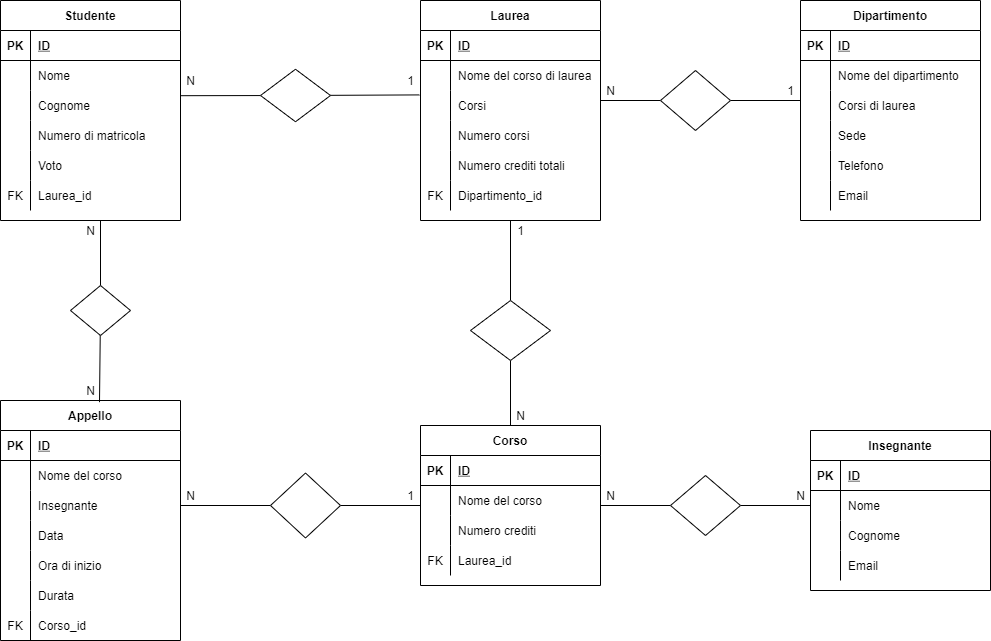
This is Università.png from FrancescaPompi/db-university, a draw.io export, as it was before one commit. Source tidied: cells renumbered, new cells last; positions are measured from the earlier drawing's top-left corner, leaving out a move shared by most shapes.
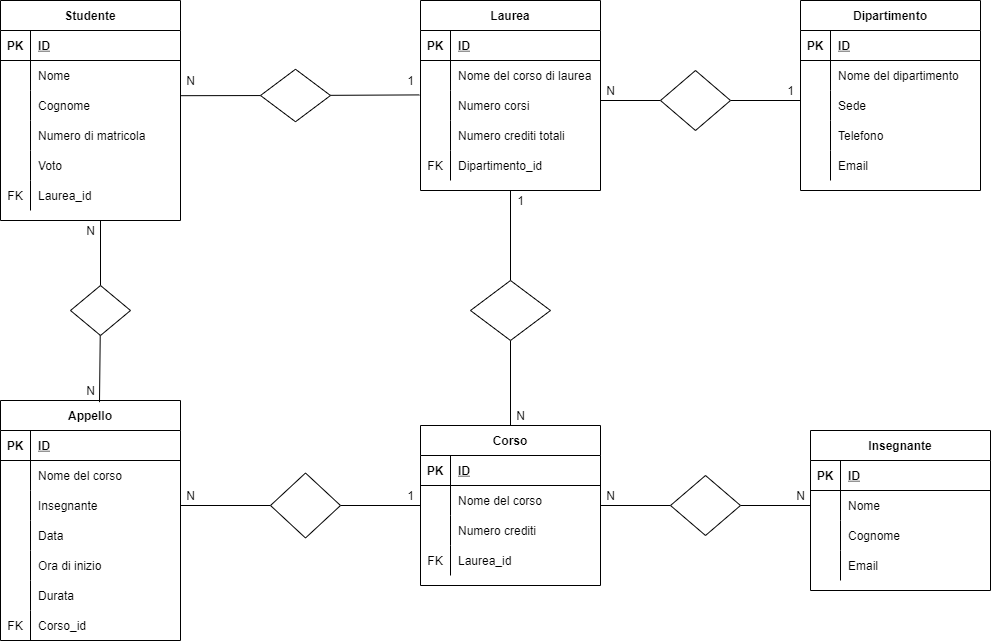
After the commit.

Commit message:
Modifica Laurea e Dipartimento

What changed in the source:
```diff
@@ -3,7 +3,7 @@
     <mxCell id="0" />
     <mxCell id="1" parent="0" />
     <mxCell id="2" value="Dipartimento" style="shape=table;startSize=30;rowLines=0;fontStyle=1;align=center;" parent="1" vertex="1">
-      <mxGeometry x="800" width="180" height="220" as="geometry" />
+      <mxGeometry x="800" width="180" height="190" as="geometry" />
     </mxCell>
     <mxCell id="3" style="shape=partialRectangle;fillColor=none;top=0;left=0;bottom=1;right=0;" parent="2" vertex="1">
       <mxGeometry y="30" width="180" height="30" as="geometry" />
@@ -23,17 +23,8 @@
     <mxCell id="8" value="Nome del dipartimento" style="shape=partialRectangle;fillColor=none;top=0;left=0;bottom=0;right=0;align=left;spacingLeft=6;overflow=hidden;" parent="6" vertex="1">
       <mxGeometry x="30" width="150" height="30" as="geometry" />
     </mxCell>
-    <mxCell id="9" style="shape=partialRectangle;fillColor=none;top=0;left=0;bottom=0;right=0;" parent="2" vertex="1">
-      <mxGeometry y="90" width="180" height="30" as="geometry" />
-    </mxCell>
-    <mxCell id="10" style="shape=partialRectangle;fillColor=none;top=0;left=0;bottom=0;right=0;overflow=hidden;" parent="9" vertex="1">
-      <mxGeometry width="30" height="30" as="geometry" />
-    </mxCell>
-    <mxCell id="11" value="Corsi di laurea" style="shape=partialRectangle;fillColor=none;top=0;left=0;bottom=0;right=0;align=left;spacingLeft=6;overflow=hidden;" parent="9" vertex="1">
-      <mxGeometry x="30" width="150" height="30" as="geometry" />
-    </mxCell>
     <mxCell id="12" style="shape=partialRectangle;fillColor=none;top=0;left=0;bottom=0;right=0;" parent="2" vertex="1">
-      <mxGeometry y="120" width="180" height="30" as="geometry" />
+      <mxGeometry y="90" width="180" height="30" as="geometry" />
     </mxCell>
     <mxCell id="13" style="shape=partialRectangle;fillColor=none;top=0;left=0;bottom=0;right=0;overflow=hidden;" parent="12" vertex="1">
       <mxGeometry width="30" height="30" as="geometry" />
@@ -42,7 +33,7 @@
       <mxGeometry x="30" width="150" height="30" as="geometry" />
     </mxCell>
     <mxCell id="15" style="shape=partialRectangle;fillColor=none;top=0;left=0;bottom=0;right=0;" parent="2" vertex="1">
-      <mxGeometry y="150" width="180" height="30" as="geometry" />
+      <mxGeometry y="120" width="180" height="30" as="geometry" />
     </mxCell>
     <mxCell id="16" style="shape=partialRectangle;fillColor=none;top=0;left=0;bottom=0;right=0;overflow=hidden;" parent="15" vertex="1">
       <mxGeometry width="30" height="30" as="geometry" />
@@ -51,7 +42,7 @@
       <mxGeometry x="30" width="150" height="30" as="geometry" />
     </mxCell>
     <mxCell id="18" style="shape=partialRectangle;fillColor=none;top=0;left=0;bottom=0;right=0;" parent="2" vertex="1">
-      <mxGeometry y="180" width="180" height="30" as="geometry" />
+      <mxGeometry y="150" width="180" height="30" as="geometry" />
     </mxCell>
     <mxCell id="19" style="shape=partialRectangle;fillColor=none;top=0;left=0;bottom=0;right=0;overflow=hidden;" parent="18" vertex="1">
       <mxGeometry width="30" height="30" as="geometry" />
@@ -60,7 +51,7 @@
       <mxGeometry x="30" width="150" height="30" as="geometry" />
     </mxCell>
     <mxCell id="21" value="Laurea" style="shape=table;startSize=30;rowLines=0;fontStyle=1;align=center;" parent="1" vertex="1">
-      <mxGeometry x="420" width="180" height="220" as="geometry" />
+      <mxGeometry x="420" width="180" height="190" as="geometry" />
     </mxCell>
     <mxCell id="22" style="shape=partialRectangle;fillColor=none;top=0;left=0;bottom=1;right=0;" parent="21" vertex="1">
       <mxGeometry y="30" width="180" height="30" as="geometry" />
@@ -80,17 +71,8 @@
     <mxCell id="27" value="Nome del corso di laurea" style="shape=partialRectangle;fillColor=none;top=0;left=0;bottom=0;right=0;align=left;spacingLeft=6;overflow=hidden;" parent="25" vertex="1">
       <mxGeometry x="30" width="150" height="30" as="geometry" />
     </mxCell>
-    <mxCell id="28" style="shape=partialRectangle;fillColor=none;top=0;left=0;bottom=0;right=0;points=[[0,0.5],[1,0.5]];portConstraint=eastwest;" parent="21" vertex="1">
-      <mxGeometry y="90" width="180" height="30" as="geometry" />
-    </mxCell>
-    <mxCell id="29" style="shape=partialRectangle;fillColor=none;top=0;left=0;bottom=0;right=0;overflow=hidden;" parent="28" vertex="1">
-      <mxGeometry width="30" height="30" as="geometry" />
-    </mxCell>
-    <mxCell id="30" value="Corsi" style="shape=partialRectangle;fillColor=none;top=0;left=0;bottom=0;right=0;align=left;spacingLeft=6;overflow=hidden;" parent="28" vertex="1">
-      <mxGeometry x="30" width="150" height="30" as="geometry" />
-    </mxCell>
     <mxCell id="31" style="shape=partialRectangle;fillColor=none;top=0;left=0;bottom=0;right=0;" parent="21" vertex="1">
-      <mxGeometry y="120" width="180" height="30" as="geometry" />
+      <mxGeometry y="90" width="180" height="30" as="geometry" />
     </mxCell>
     <mxCell id="32" style="shape=partialRectangle;fillColor=none;top=0;left=0;bottom=0;right=0;overflow=hidden;" parent="31" vertex="1">
       <mxGeometry width="30" height="30" as="geometry" />
@@ -99,7 +81,7 @@
       <mxGeometry x="30" width="150" height="30" as="geometry" />
     </mxCell>
     <mxCell id="34" style="shape=partialRectangle;fillColor=none;top=0;left=0;bottom=0;right=0;" parent="21" vertex="1">
-      <mxGeometry y="150" width="180" height="30" as="geometry" />
+      <mxGeometry y="120" width="180" height="30" as="geometry" />
     </mxCell>
     <mxCell id="35" style="shape=partialRectangle;fillColor=none;top=0;left=0;bottom=0;right=0;overflow=hidden;" parent="34" vertex="1">
       <mxGeometry width="30" height="30" as="geometry" />
@@ -108,7 +90,7 @@
       <mxGeometry x="30" width="150" height="30" as="geometry" />
     </mxCell>
     <mxCell id="37" style="shape=partialRectangle;fillColor=none;top=0;left=0;bottom=0;right=0;" parent="21" vertex="1">
-      <mxGeometry y="180" width="180" height="30" as="geometry" />
+      <mxGeometry y="150" width="180" height="30" as="geometry" />
     </mxCell>
     <mxCell id="38" value="FK" style="shape=partialRectangle;fillColor=none;top=0;left=0;bottom=0;right=0;overflow=hidden;" parent="37" vertex="1">
       <mxGeometry width="30" height="30" as="geometry" />
@@ -174,19 +156,17 @@
     <mxCell id="57" value="Laurea_id" style="shape=partialRectangle;fillColor=none;top=0;left=0;bottom=0;right=0;align=left;spacingLeft=6;overflow=hidden;" parent="55" vertex="1">
       <mxGeometry x="30" width="150" height="30" as="geometry" />
     </mxCell>
-    <mxCell id="58" style="edgeStyle=none;rounded=0;jettySize=auto;html=1;endArrow=none;endFill=0;" parent="1" edge="1" source="60">
-      <mxGeometry relative="1" as="geometry">
-        <mxPoint x="510" y="220" as="targetPoint" />
-      </mxGeometry>
+    <mxCell id="58" style="edgeStyle=none;rounded=0;jettySize=auto;html=1;endArrow=none;endFill=0;entryX=0.5;entryY=1;entryDx=0;entryDy=0;" parent="1" edge="1" source="60" target="21">
+      <mxGeometry relative="1" as="geometry" />
     </mxCell>
     <mxCell id="59" style="edgeStyle=none;rounded=0;jettySize=auto;html=1;endArrow=none;endFill=0;entryX=0.5;entryY=0;entryDx=0;entryDy=0;" parent="1" edge="1" source="60" target="45">
       <mxGeometry relative="1" as="geometry" />
     </mxCell>
     <mxCell id="60" style="shape=rhombus;perimeter=rhombusPerimeter;whiteSpace=wrap;html=1;align=center;" parent="1" vertex="1">
-      <mxGeometry x="470" y="300" width="80" height="60" as="geometry" />
+      <mxGeometry x="470" y="280" width="80" height="60" as="geometry" />
     </mxCell>
     <mxCell id="61" value="1" style="text;html=1;align=center;verticalAlign=middle;strokeColor=none;fillColor=none;" parent="1" vertex="1">
-      <mxGeometry x="510" y="220" width="20" height="20" as="geometry" />
+      <mxGeometry x="510" y="190" width="20" height="20" as="geometry" />
     </mxCell>
     <mxCell id="62" value="N" style="text;html=1;align=center;verticalAlign=middle;strokeColor=none;fillColor=none;" parent="1" vertex="1">
       <mxGeometry x="510" y="405" width="20" height="20" as="geometry" />
@@ -389,8 +369,10 @@
     <mxCell id="126" value="1" style="text;html=1;align=center;verticalAlign=middle;strokeColor=none;fillColor=none;" parent="1" vertex="1">
       <mxGeometry x="400" y="485" width="20" height="20" as="geometry" />
     </mxCell>
-    <mxCell id="127" style="edgeStyle=none;rounded=0;jettySize=auto;html=1;endArrow=none;endFill=0;entryX=-0.006;entryY=0.147;entryDx=0;entryDy=0;entryPerimeter=0;" parent="1" edge="1" source="129" target="28">
-      <mxGeometry relative="1" as="geometry" />
+    <mxCell id="127" style="edgeStyle=none;rounded=0;jettySize=auto;html=1;endArrow=none;endFill=0;entryX=-0.006;entryY=0.147;entryDx=0;entryDy=0;entryPerimeter=0;" parent="1" edge="1" source="129">
+      <mxGeometry relative="1" as="geometry">
+        <mxPoint x="418.9" y="94.4" as="targetPoint" />
+      </mxGeometry>
     </mxCell>
     <mxCell id="128" style="edgeStyle=none;rounded=0;jettySize=auto;html=1;endArrow=none;endFill=0;entryX=1.003;entryY=0.173;entryDx=0;entryDy=0;entryPerimeter=0;" parent="1" edge="1" source="129" target="110">
       <mxGeometry relative="1" as="geometry" />
```
